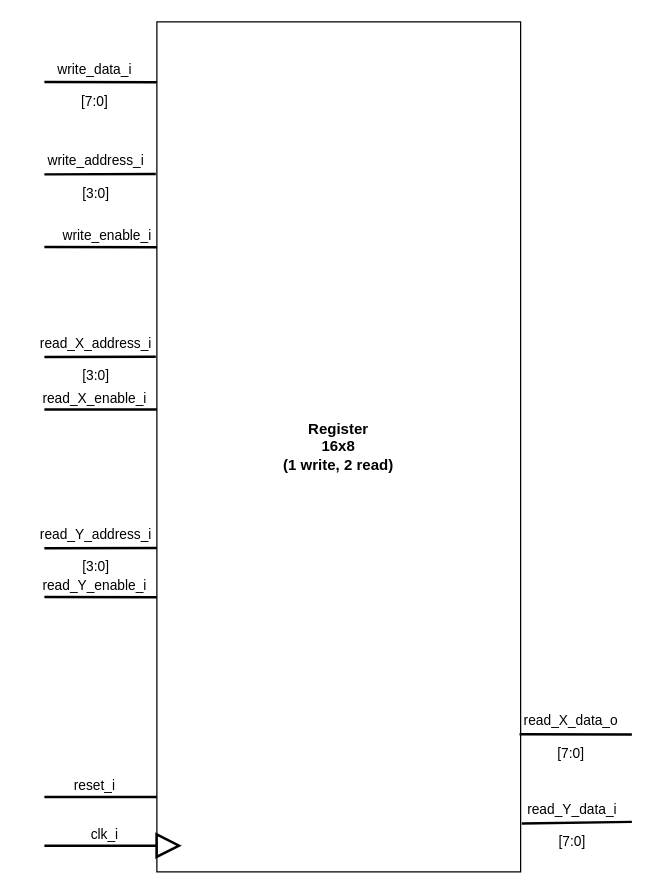
Above: Blockbeschreibungen/Register_beschreibung.drawio in graefjk/RO2 (draw.io), before the change. Source tidied: cells renumbered, new cells numbered last; positions are measured from the earlier drawing's top-left corner, leaving out a move shared by most shapes. Both pictures are drawn from the tidied source at 125%, with x=0, y=0 at pixel (44, 21).
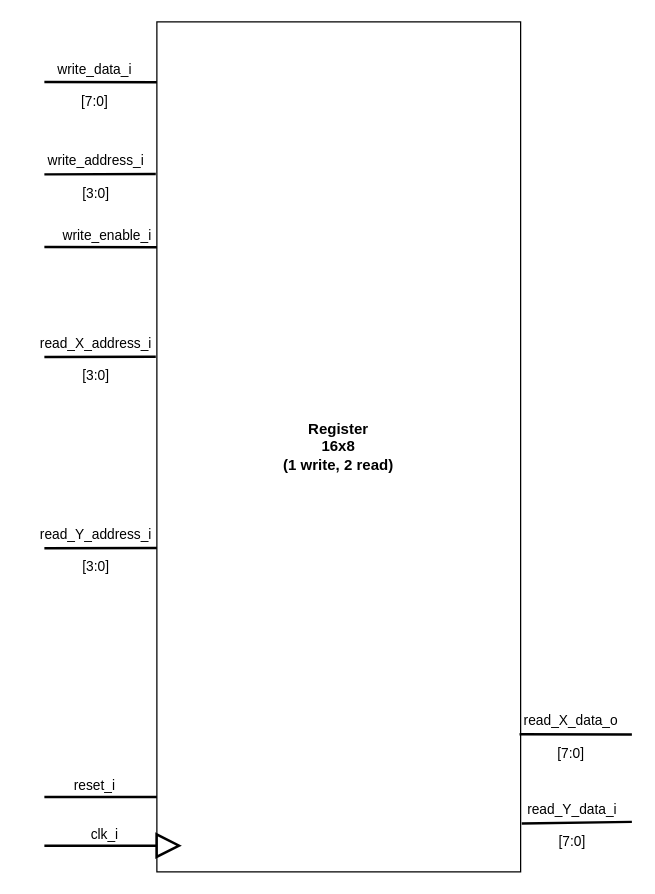
The same page after the edit.

Commit message (it also covers changes not shown here):
removed read_enable inputs from the registers

The change refers to these unchanged cells:
```xml
<mxCell id="2" value="&lt;div&gt;&lt;b&gt;Register&lt;/b&gt;&lt;/div&gt;&lt;div&gt;&lt;b&gt;16x8&lt;/b&gt;&lt;/div&gt;&lt;div&gt;&lt;b&gt;(1 write, 2 read)&lt;br&gt;&lt;/b&gt;&lt;/div&gt;" style="rounded=0;whiteSpace=wrap;html=1;" parent="1" vertex="1">
  <mxGeometry x="90" width="291" height="680" as="geometry" />
</mxCell>
```

What changed in the source:
```diff
@@
-    <mxCell id="9" style="endArrow=none;html=1;rounded=0;labelBackgroundColor=none;startSize=8;endSize=8;strokeColor=default;strokeWidth=2;jumpSize=8;entryX=0;entryY=0.456;entryDx=0;entryDy=0;entryPerimeter=0;" parent="1" edge="1" target="2">
-      <mxGeometry relative="1" as="geometry">
-        <mxPoint y="310" as="sourcePoint" />
-      </mxGeometry>
-    </mxCell>
-    <mxCell id="10" value="&lt;div&gt;read_X_enable_i&lt;/div&gt;" style="edgeLabel;html=1;align=center;verticalAlign=middle;labelBackgroundColor=none;" parent="9" vertex="1">
-      <mxGeometry x="-0.37" y="-2" relative="1" as="geometry">
-        <mxPoint x="12" y="-12" as="offset" />
-      </mxGeometry>
-    </mxCell>
@@
-    <mxCell id="13" style="endArrow=none;html=1;rounded=0;labelBackgroundColor=none;startSize=8;endSize=8;strokeColor=default;strokeWidth=2;jumpSize=8;entryX=0;entryY=0.677;entryDx=0;entryDy=0;entryPerimeter=0;" parent="1" edge="1" target="2">
-      <mxGeometry relative="1" as="geometry">
-        <mxPoint y="460" as="sourcePoint" />
-      </mxGeometry>
-    </mxCell>
-    <mxCell id="14" value="&lt;div&gt;read_Y_enable_i&lt;/div&gt;" style="edgeLabel;html=1;align=center;verticalAlign=middle;labelBackgroundColor=none;" parent="13" vertex="1">
-      <mxGeometry x="-0.37" y="-2" relative="1" as="geometry">
-        <mxPoint x="12" y="-12" as="offset" />
-      </mxGeometry>
-    </mxCell>
```
